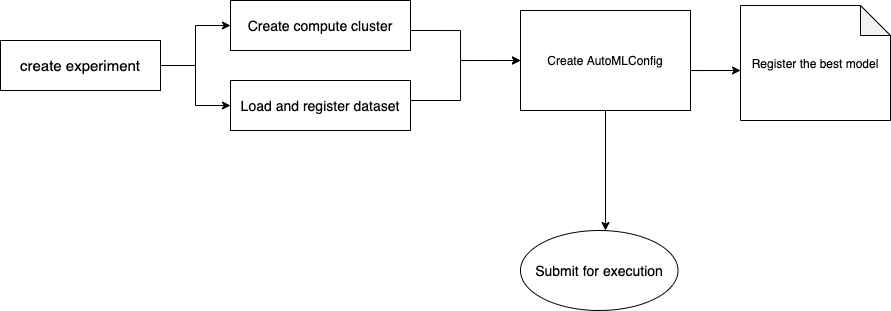
Before: images/AutoML.png, a diagram exported from draw.io (chen-bowen/Predicting_Ads_Click_Rate_with_Azure). Source tidied: cells renumbered, new cells last; positions are measured from the earlier drawing's top-left corner, leaving out a move shared by most shapes. Source of this version:
```xml
<mxGraphModel>
  <root>
    <mxCell id="0" />
    <mxCell id="1" parent="0" />
    <mxCell id="2" style="edgeStyle=orthogonalEdgeStyle;rounded=0;jettySize=auto;html=1;" parent="1" edge="1" source="3" target="4">
      <mxGeometry relative="1" as="geometry" />
    </mxCell>
    <mxCell id="3" value="&lt;font style=&quot;font-size: 15px&quot;&gt;create experiment&lt;/font&gt;" style="rounded=0;whiteSpace=wrap;html=1;" parent="1" vertex="1">
      <mxGeometry y="40" width="160" height="50" as="geometry" />
    </mxCell>
    <mxCell id="4" value="&lt;font style=&quot;font-size: 14px&quot;&gt;Create compute cluster&lt;/font&gt;" style="whiteSpace=wrap;html=1;rounded=0;" parent="1" vertex="1">
      <mxGeometry x="230" width="180" height="50" as="geometry" />
    </mxCell>
    <mxCell id="5" style="edgeStyle=orthogonalEdgeStyle;rounded=0;jettySize=auto;html=1;" parent="1" edge="1" source="6">
      <mxGeometry relative="1" as="geometry">
        <mxPoint x="605" y="230" as="targetPoint" />
        <Array as="points">
          <mxPoint x="605" y="230" />
        </Array>
      </mxGeometry>
    </mxCell>
    <mxCell id="6" value="Create AutoMLConfig" style="rounded=0;whiteSpace=wrap;html=1;align=center;" parent="1" vertex="1">
      <mxGeometry x="520" y="10" width="170" height="100" as="geometry" />
    </mxCell>
    <mxCell id="7" style="edgeStyle=orthogonalEdgeStyle;rounded=0;orthogonalLoop=1;jettySize=auto;html=1;" parent="1" edge="1">
      <mxGeometry relative="1" as="geometry">
        <mxPoint x="770" y="70" as="sourcePoint" />
        <mxPoint x="740" y="70" as="targetPoint" />
        <Array as="points">
          <mxPoint x="690" y="70" />
          <mxPoint x="690" y="70" />
        </Array>
      </mxGeometry>
    </mxCell>
    <mxCell id="8" value="&lt;font style=&quot;font-size: 14px&quot;&gt;Submit for execution&lt;/font&gt;" style="ellipse;whiteSpace=wrap;html=1;rounded=0;" parent="1" vertex="1">
      <mxGeometry x="520" y="230" width="157.5" height="80" as="geometry" />
    </mxCell>
    <mxCell id="9" value="Register the best model" style="shape=note;whiteSpace=wrap;html=1;backgroundOutline=1;darkOpacity=0.05;rounded=0;" parent="1" vertex="1">
      <mxGeometry x="740" y="5" width="150" height="115" as="geometry" />
    </mxCell>
    <mxCell id="10" value="&lt;font style=&quot;font-size: 14px&quot;&gt;Load and register dataset&lt;/font&gt;" style="whiteSpace=wrap;html=1;rounded=0;" parent="1" vertex="1">
      <mxGeometry x="230" y="80" width="180" height="50" as="geometry" />
    </mxCell>
    <mxCell id="11" style="edgeStyle=orthogonalEdgeStyle;rounded=0;jettySize=auto;html=1;entryX=0;entryY=0.5;entryDx=0;entryDy=0;exitX=1;exitY=0.75;exitDx=0;exitDy=0;" parent="1" edge="1" source="3" target="10">
      <mxGeometry relative="1" as="geometry">
        <Array as="points">
          <mxPoint x="160" y="65" />
          <mxPoint x="195" y="65" />
          <mxPoint x="195" y="105" />
        </Array>
      </mxGeometry>
    </mxCell>
    <mxCell id="12" style="edgeStyle=orthogonalEdgeStyle;rounded=0;orthogonalLoop=1;jettySize=auto;html=1;" parent="1" edge="1">
      <mxGeometry relative="1" as="geometry">
        <mxPoint x="410" y="100" as="sourcePoint" />
        <mxPoint x="520" y="60" as="targetPoint" />
        <Array as="points">
          <mxPoint x="460" y="100" />
          <mxPoint x="460" y="60" />
        </Array>
      </mxGeometry>
    </mxCell>
    <mxCell id="13" style="edgeStyle=orthogonalEdgeStyle;rounded=0;orthogonalLoop=1;jettySize=auto;html=1;" parent="1" edge="1">
      <mxGeometry relative="1" as="geometry">
        <mxPoint x="410" y="30" as="sourcePoint" />
        <mxPoint x="520" y="60" as="targetPoint" />
        <Array as="points">
          <mxPoint x="460" y="30" />
          <mxPoint x="460" y="60" />
        </Array>
      </mxGeometry>
    </mxCell>
  </root>
</mxGraphModel>
```
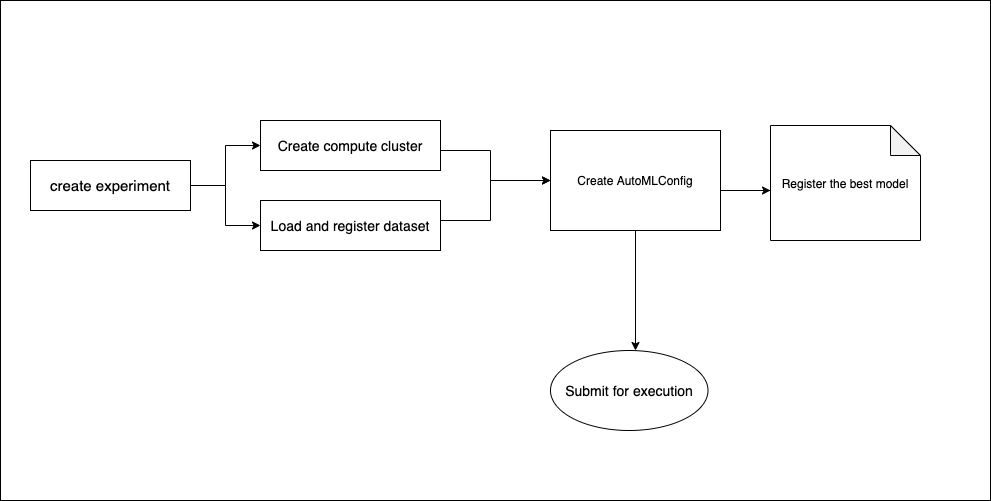
The same diagram one commit later.

The edit, as a diff of the source:
```diff
@@ -2,6 +2,9 @@
   <root>
     <mxCell id="0" />
     <mxCell id="1" parent="0" />
+    <mxCell id="14" style="rounded=0;whiteSpace=wrap;html=1;" parent="1" vertex="1">
+      <mxGeometry x="-30" y="-120" width="990" height="500" as="geometry" />
+    </mxCell>
     <mxCell id="2" style="edgeStyle=orthogonalEdgeStyle;rounded=0;jettySize=auto;html=1;" parent="1" edge="1" source="3" target="4">
       <mxGeometry relative="1" as="geometry" />
     </mxCell>
```
